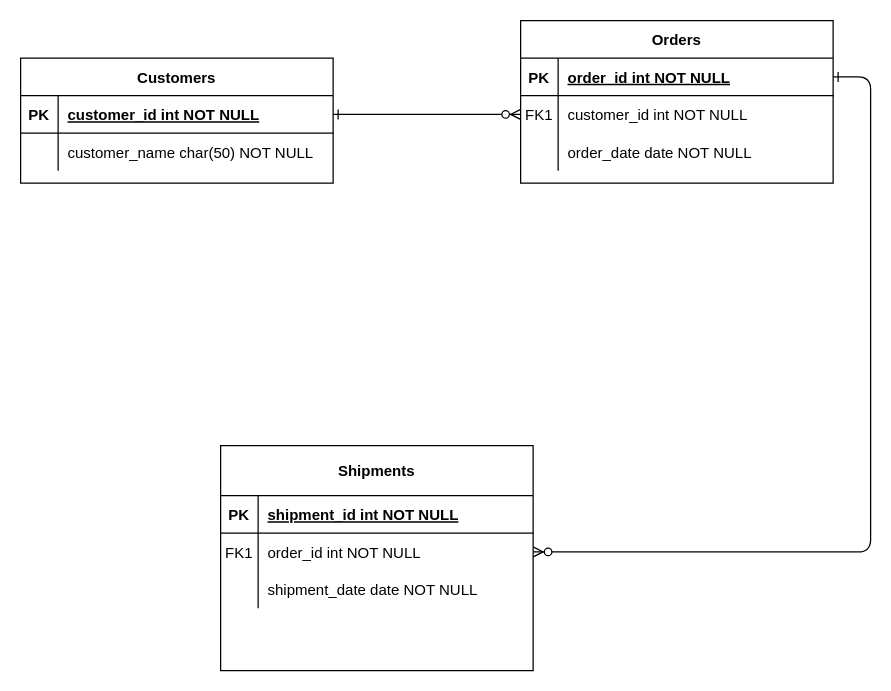
This is Diagrama sin título.drawio from luissince/EncuentraloAhora, a draw.io file, before an edit. Source tidied: cells renumbered, new cells numbered last; positions are measured from the earlier drawing's top-left corner, leaving out a move shared by most shapes. Both pictures are drawn from the tidied source at 125%, with x=0, y=0 at pixel (20, 20).
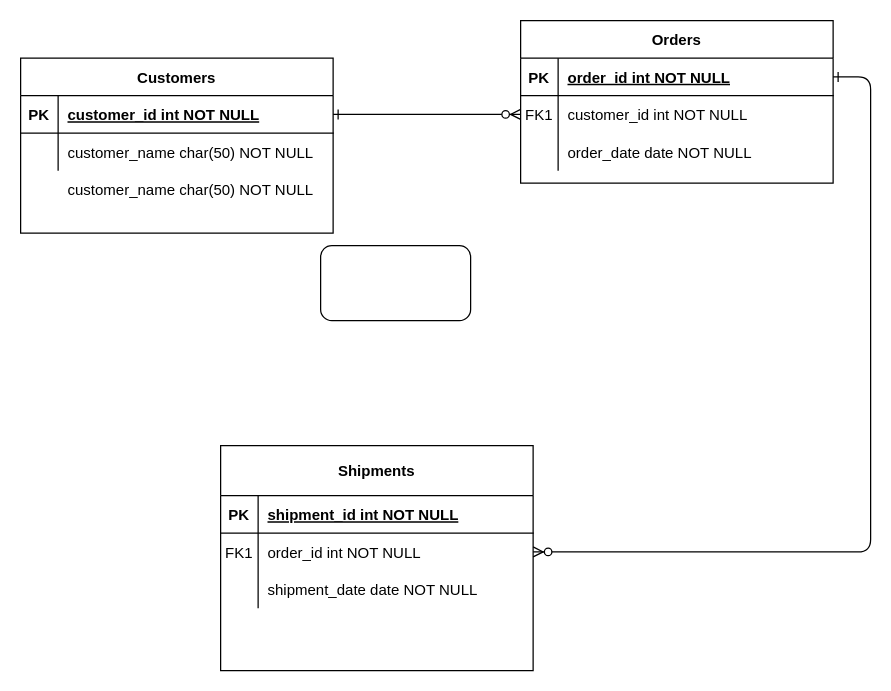
After the change.

What changed in the source:
```diff
@@
     <mxCell id="24" value="Customers" style="shape=table;startSize=30;childLayout=tableLayout;rowLines=0;fontStyle=1;align=center;" parent="1" vertex="1">
-      <mxGeometry y="30" width="250" height="100" as="geometry" />
+      <mxGeometry y="30" width="250" height="140" as="geometry" />
     </mxCell>
@@
+    <mxCell id="31" style="rounded=1;whiteSpace=wrap;html=1;" parent="1" vertex="1">
+      <mxGeometry x="240" y="180" width="120" height="60" as="geometry" />
+    </mxCell>
+    <mxCell id="32" value="customer_name char(50) NOT NULL" style="shape=partialRectangle;overflow=hidden;fillColor=none;top=0;left=0;bottom=0;right=0;align=left;spacingLeft=6;" parent="1" vertex="1">
+      <mxGeometry x="30" y="120" width="220" height="30" as="geometry" />
+    </mxCell>
```
